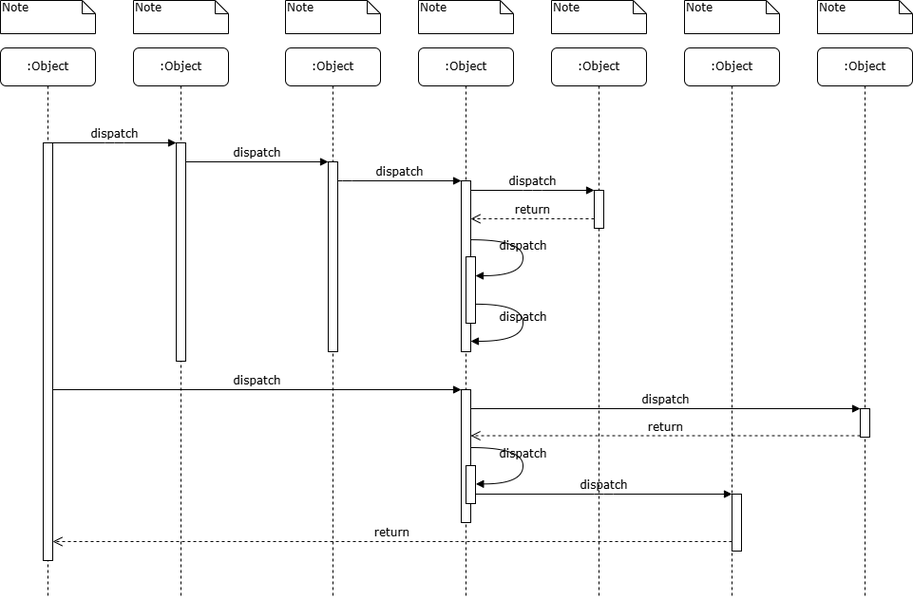
Earlier version of the draw.io export Untitled Diagram.drawio.png (AlVasilyeu/Draw.io). Source tidied: cells renumbered, new cells last; positions are measured from the earlier drawing's top-left corner, leaving out a move shared by most shapes.
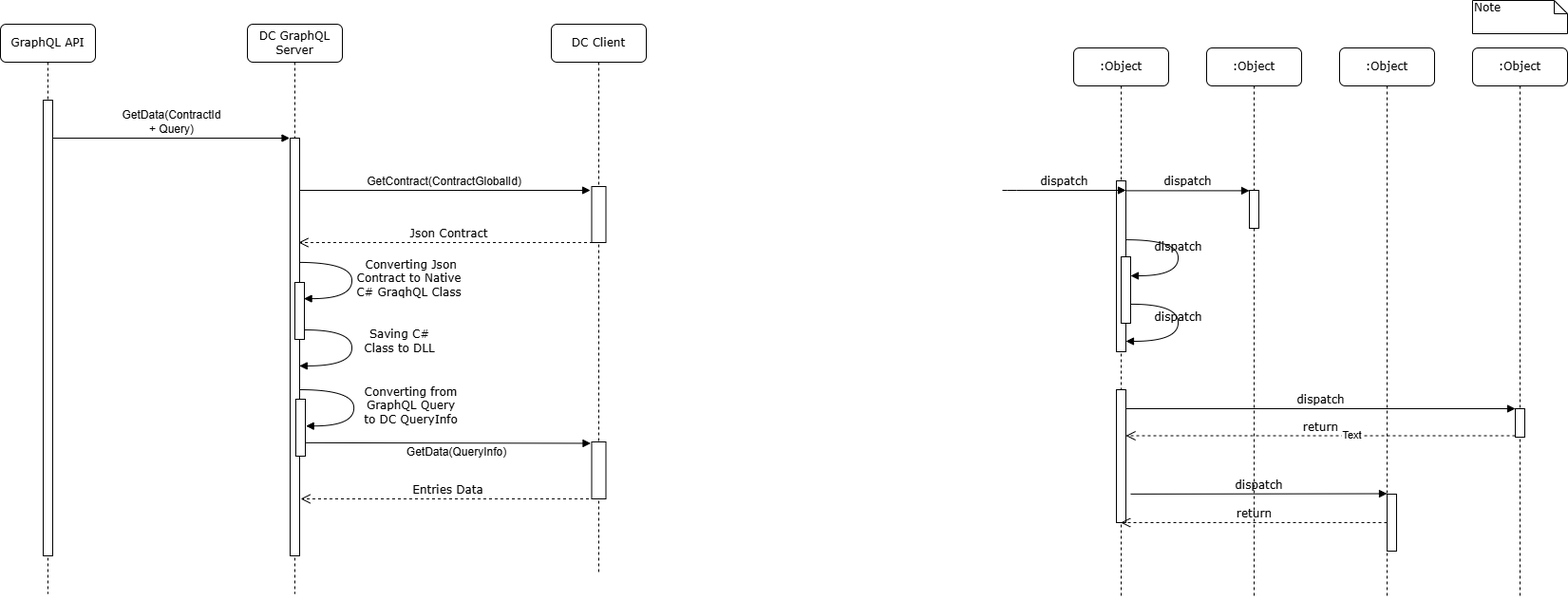
After the commit.

What changed in the source:
```diff
@@ -2,18 +2,14 @@
   <root>
     <mxCell id="0" />
     <mxCell id="1" parent="0" />
-    <mxCell id="2" value=":Object" style="shape=umlLifeline;perimeter=lifelinePerimeter;whiteSpace=wrap;html=1;rounded=1;shadow=0;comic=0;labelBackgroundColor=none;strokeWidth=1;fontFamily=Verdana;fontSize=12;align=center;" parent="1" vertex="1">
-      <mxGeometry x="140" y="50" width="100" height="580" as="geometry" />
-    </mxCell>
-    <mxCell id="3" style="html=1;points=[];perimeter=orthogonalPerimeter;rounded=0;shadow=0;comic=0;labelBackgroundColor=none;strokeWidth=1;fontFamily=Verdana;fontSize=12;align=center;" parent="2" vertex="1">
-      <mxGeometry x="45" y="100" width="10" height="230" as="geometry" />
-    </mxCell>
-    <mxCell id="4" value=":Object" style="shape=umlLifeline;perimeter=lifelinePerimeter;whiteSpace=wrap;html=1;outlineConnect=0;rounded=1;shadow=0;comic=0;labelBackgroundColor=none;strokeWidth=1;fontFamily=Verdana;fontSize=12;align=center;" parent="1" vertex="1">
-      <mxGeometry x="300" y="50" width="100" height="580" as="geometry" />
-    </mxCell>
-    <mxCell id="5" style="html=1;points=[];perimeter=orthogonalPerimeter;rounded=0;shadow=0;comic=0;labelBackgroundColor=none;strokeWidth=1;fontFamily=Verdana;fontSize=12;align=center;" parent="4" vertex="1">
-      <mxGeometry x="45" y="120" width="10" height="200" as="geometry" />
-    </mxCell>
+    <mxCell id="13" value="&lt;span style=&quot;font-family: Helvetica; text-wrap-mode: wrap;&quot;&gt;GetContract(ContractGlobalId)&lt;/span&gt;" style="html=1;verticalAlign=bottom;endArrow=block;labelBackgroundColor=none;fontFamily=Verdana;fontSize=12;edgeStyle=elbowEdgeStyle;elbow=vertical;entryX=-0.096;entryY=0.053;entryDx=0;entryDy=0;entryPerimeter=0;" parent="1" edge="1" target="11">
+      <mxGeometry relative="1" as="geometry">
+        <mxPoint x="-378" y="200" as="sourcePoint" />
+        <Array as="points">
+          <mxPoint x="-80" y="200" />
+        </Array>
+      </mxGeometry>
+    </mxCell>
     <mxCell id="6" value=":Object" style="shape=umlLifeline;perimeter=lifelinePerimeter;whiteSpace=wrap;html=1;outlineConnect=0;rounded=1;shadow=0;comic=0;labelBackgroundColor=none;strokeWidth=1;fontFamily=Verdana;fontSize=12;align=center;" parent="1" vertex="1">
       <mxGeometry x="440" y="50" width="100" height="580" as="geometry" />
     </mxCell>
@@ -26,42 +22,18 @@
     <mxCell id="9" value=":Object" style="shape=umlLifeline;perimeter=lifelinePerimeter;whiteSpace=wrap;html=1;rounded=1;shadow=0;comic=0;labelBackgroundColor=none;strokeWidth=1;fontFamily=Verdana;fontSize=12;align=center;" parent="1" vertex="1">
       <mxGeometry x="860" y="50" width="100" height="580" as="geometry" />
     </mxCell>
-    <mxCell id="10" value=":Object" style="shape=umlLifeline;perimeter=lifelinePerimeter;whiteSpace=wrap;html=1;rounded=1;shadow=0;comic=0;labelBackgroundColor=none;strokeWidth=1;fontFamily=Verdana;fontSize=12;align=center;" parent="1" vertex="1">
-      <mxGeometry y="50" width="100" height="580" as="geometry" />
-    </mxCell>
-    <mxCell id="11" style="html=1;points=[];perimeter=orthogonalPerimeter;rounded=0;shadow=0;comic=0;labelBackgroundColor=none;strokeWidth=1;fontFamily=Verdana;fontSize=12;align=center;" parent="10" vertex="1">
-      <mxGeometry x="45" y="100" width="10" height="440" as="geometry" />
-    </mxCell>
     <mxCell id="12" style="html=1;points=[];perimeter=orthogonalPerimeter;rounded=0;shadow=0;comic=0;labelBackgroundColor=none;strokeWidth=1;fontFamily=Verdana;fontSize=12;align=center;" parent="1" vertex="1">
       <mxGeometry x="485" y="190" width="10" height="180" as="geometry" />
     </mxCell>
-    <mxCell id="13" value="dispatch" style="html=1;verticalAlign=bottom;endArrow=block;labelBackgroundColor=none;fontFamily=Verdana;fontSize=12;edgeStyle=elbowEdgeStyle;elbow=vertical;" parent="1" edge="1" source="5" target="12">
-      <mxGeometry relative="1" as="geometry">
-        <Array as="points">
-          <mxPoint x="360" y="190" />
-        </Array>
-      </mxGeometry>
-    </mxCell>
     <mxCell id="14" style="html=1;points=[];perimeter=orthogonalPerimeter;rounded=0;shadow=0;comic=0;labelBackgroundColor=none;strokeWidth=1;fontFamily=Verdana;fontSize=12;align=center;" parent="1" vertex="1">
       <mxGeometry x="625" y="200" width="10" height="40" as="geometry" />
     </mxCell>
     <mxCell id="15" value="dispatch" style="html=1;verticalAlign=bottom;endArrow=block;entryX=0;entryY=0;labelBackgroundColor=none;fontFamily=Verdana;fontSize=12;edgeStyle=elbowEdgeStyle;elbow=vertical;" parent="1" edge="1" source="12" target="14">
       <mxGeometry relative="1" as="geometry" />
     </mxCell>
-    <mxCell id="16" value="return" style="html=1;verticalAlign=bottom;endArrow=open;dashed=1;endSize=8;labelBackgroundColor=none;fontFamily=Verdana;fontSize=12;edgeStyle=elbowEdgeStyle;elbow=vertical;" parent="1" edge="1" source="14" target="12">
-      <mxGeometry relative="1" as="geometry">
-        <Array as="points">
-          <mxPoint x="570" y="230" />
-          <mxPoint x="600" y="230" />
-        </Array>
-      </mxGeometry>
-    </mxCell>
     <mxCell id="17" style="html=1;points=[];perimeter=orthogonalPerimeter;rounded=0;shadow=0;comic=0;labelBackgroundColor=none;strokeWidth=1;fontFamily=Verdana;fontSize=12;align=center;" parent="1" vertex="1">
       <mxGeometry x="485" y="410" width="10" height="140" as="geometry" />
     </mxCell>
-    <mxCell id="18" value="dispatch" style="html=1;verticalAlign=bottom;endArrow=block;entryX=0;entryY=0;labelBackgroundColor=none;fontFamily=Verdana;fontSize=12;" parent="1" edge="1" source="11" target="17">
-      <mxGeometry relative="1" as="geometry" />
-    </mxCell>
     <mxCell id="19" style="html=1;points=[];perimeter=orthogonalPerimeter;rounded=0;shadow=0;comic=0;labelBackgroundColor=none;strokeColor=#000000;strokeWidth=1;fillColor=#FFFFFF;fontFamily=Verdana;fontSize=12;fontColor=#000000;align=center;" parent="1" vertex="1">
       <mxGeometry x="905" y="430" width="10" height="30" as="geometry" />
     </mxCell>
@@ -71,25 +43,24 @@
     <mxCell id="21" value="return" style="html=1;verticalAlign=bottom;endArrow=open;dashed=1;endSize=8;exitX=0;exitY=0.95;labelBackgroundColor=none;fontFamily=Verdana;fontSize=12;" parent="1" edge="1" source="19" target="17">
       <mxGeometry relative="1" as="geometry" />
     </mxCell>
+    <mxCell id="39" value="Text" style="edgeLabel;html=1;align=center;verticalAlign=middle;" parent="21" vertex="1">
+      <mxGeometry x="-0.16" y="-1" relative="1" as="geometry" />
+    </mxCell>
     <mxCell id="22" style="html=1;points=[];perimeter=orthogonalPerimeter;rounded=0;shadow=0;comic=0;labelBackgroundColor=none;strokeWidth=1;fontFamily=Verdana;fontSize=12;align=center;" parent="1" vertex="1">
       <mxGeometry x="770" y="520" width="10" height="60" as="geometry" />
     </mxCell>
-    <mxCell id="23" value="dispatch" style="html=1;verticalAlign=bottom;endArrow=block;entryX=0;entryY=0;labelBackgroundColor=none;fontFamily=Verdana;fontSize=12;edgeStyle=elbowEdgeStyle;elbow=vertical;" parent="1" edge="1" source="30" target="22">
-      <mxGeometry relative="1" as="geometry" />
+    <mxCell id="23" value="dispatch" style="html=1;verticalAlign=bottom;endArrow=block;entryX=0;entryY=0;labelBackgroundColor=none;fontFamily=Verdana;fontSize=12;edgeStyle=elbowEdgeStyle;elbow=vertical;" parent="1" edge="1" target="22">
+      <mxGeometry relative="1" as="geometry">
+        <mxPoint x="500" y="519.9" as="sourcePoint" />
+      </mxGeometry>
     </mxCell>
-    <mxCell id="24" value="return" style="html=1;verticalAlign=bottom;endArrow=open;dashed=1;endSize=8;labelBackgroundColor=none;fontFamily=Verdana;fontSize=12;edgeStyle=elbowEdgeStyle;elbow=vertical;" parent="1" edge="1" source="22" target="11">
+    <mxCell id="24" value="return" style="html=1;verticalAlign=bottom;endArrow=open;dashed=1;endSize=8;labelBackgroundColor=none;fontFamily=Verdana;fontSize=12;edgeStyle=elbowEdgeStyle;elbow=vertical;" parent="1" edge="1" source="22" target="6">
       <mxGeometry relative="1" as="geometry">
         <Array as="points">
           <mxPoint x="470" y="570" />
         </Array>
       </mxGeometry>
     </mxCell>
-    <mxCell id="25" value="dispatch" style="html=1;verticalAlign=bottom;endArrow=block;entryX=0;entryY=0;labelBackgroundColor=none;fontFamily=Verdana;fontSize=12;edgeStyle=elbowEdgeStyle;elbow=vertical;" parent="1" edge="1" source="11" target="3">
-      <mxGeometry relative="1" as="geometry" />
-    </mxCell>
-    <mxCell id="26" value="dispatch" style="html=1;verticalAlign=bottom;endArrow=block;entryX=0;entryY=0;labelBackgroundColor=none;fontFamily=Verdana;fontSize=12;edgeStyle=elbowEdgeStyle;elbow=vertical;" parent="1" edge="1" source="3" target="5">
-      <mxGeometry relative="1" as="geometry" />
-    </mxCell>
     <mxCell id="27" style="html=1;points=[];perimeter=orthogonalPerimeter;rounded=0;shadow=0;comic=0;labelBackgroundColor=none;strokeWidth=1;fontFamily=Verdana;fontSize=12;align=center;" parent="1" vertex="1">
       <mxGeometry x="490" y="270" width="10" height="70" as="geometry" />
     </mxCell>
@@ -110,39 +81,107 @@
         </Array>
       </mxGeometry>
     </mxCell>
-    <mxCell id="30" style="html=1;points=[];perimeter=orthogonalPerimeter;rounded=0;shadow=0;comic=0;labelBackgroundColor=none;strokeWidth=1;fontFamily=Verdana;fontSize=12;align=center;" parent="1" vertex="1">
-      <mxGeometry x="490" y="490" width="10" height="40" as="geometry" />
-    </mxCell>
-    <mxCell id="31" value="dispatch" style="html=1;verticalAlign=bottom;endArrow=block;labelBackgroundColor=none;fontFamily=Verdana;fontSize=12;elbow=vertical;edgeStyle=orthogonalEdgeStyle;curved=1;entryX=1;entryY=0.286;entryPerimeter=0;exitX=1.038;exitY=0.345;exitPerimeter=0;" parent="1" edge="1">
-      <mxGeometry relative="1" as="geometry">
-        <mxPoint x="495.3" y="471" as="sourcePoint" />
-        <mxPoint x="500.3" y="509.3" as="targetPoint" />
-        <Array as="points">
-          <mxPoint x="550" y="471" />
-          <mxPoint x="550" y="509" />
-        </Array>
-      </mxGeometry>
-    </mxCell>
-    <mxCell id="32" value="Note" style="shape=note;whiteSpace=wrap;html=1;size=14;verticalAlign=top;align=left;spacingTop=-6;rounded=0;shadow=0;comic=0;labelBackgroundColor=none;strokeWidth=1;fontFamily=Verdana;fontSize=12;" parent="1" vertex="1">
-      <mxGeometry width="100" height="35" as="geometry" />
-    </mxCell>
-    <mxCell id="33" value="Note" style="shape=note;whiteSpace=wrap;html=1;size=14;verticalAlign=top;align=left;spacingTop=-6;rounded=0;shadow=0;comic=0;labelBackgroundColor=none;strokeWidth=1;fontFamily=Verdana;fontSize=12;" parent="1" vertex="1">
-      <mxGeometry x="140" width="100" height="35" as="geometry" />
-    </mxCell>
-    <mxCell id="34" value="Note" style="shape=note;whiteSpace=wrap;html=1;size=14;verticalAlign=top;align=left;spacingTop=-6;rounded=0;shadow=0;comic=0;labelBackgroundColor=none;strokeWidth=1;fontFamily=Verdana;fontSize=12;" parent="1" vertex="1">
-      <mxGeometry x="300" width="100" height="35" as="geometry" />
-    </mxCell>
-    <mxCell id="35" value="Note" style="shape=note;whiteSpace=wrap;html=1;size=14;verticalAlign=top;align=left;spacingTop=-6;rounded=0;shadow=0;comic=0;labelBackgroundColor=none;strokeWidth=1;fontFamily=Verdana;fontSize=12;" parent="1" vertex="1">
-      <mxGeometry x="440" width="100" height="35" as="geometry" />
-    </mxCell>
-    <mxCell id="36" value="Note" style="shape=note;whiteSpace=wrap;html=1;size=14;verticalAlign=top;align=left;spacingTop=-6;rounded=0;shadow=0;comic=0;labelBackgroundColor=none;strokeWidth=1;fontFamily=Verdana;fontSize=12;" parent="1" vertex="1">
-      <mxGeometry x="580" width="100" height="35" as="geometry" />
-    </mxCell>
-    <mxCell id="37" value="Note" style="shape=note;whiteSpace=wrap;html=1;size=14;verticalAlign=top;align=left;spacingTop=-6;rounded=0;shadow=0;comic=0;labelBackgroundColor=none;strokeWidth=1;fontFamily=Verdana;fontSize=12;" parent="1" vertex="1">
-      <mxGeometry x="720" width="100" height="35" as="geometry" />
-    </mxCell>
     <mxCell id="38" value="Note" style="shape=note;whiteSpace=wrap;html=1;size=14;verticalAlign=top;align=left;spacingTop=-6;rounded=0;shadow=0;comic=0;labelBackgroundColor=none;strokeWidth=1;fontFamily=Verdana;fontSize=12;" parent="1" vertex="1">
       <mxGeometry x="860" width="100" height="35" as="geometry" />
     </mxCell>
+    <mxCell id="40" value="dispatch" style="html=1;verticalAlign=bottom;endArrow=block;labelBackgroundColor=none;fontFamily=Verdana;fontSize=12;edgeStyle=elbowEdgeStyle;elbow=vertical;" parent="1" edge="1">
+      <mxGeometry relative="1" as="geometry">
+        <mxPoint x="365" y="200" as="sourcePoint" />
+        <mxPoint x="495" y="200" as="targetPoint" />
+        <Array as="points">
+          <mxPoint x="370" y="200" />
+        </Array>
+      </mxGeometry>
+    </mxCell>
+    <mxCell id="2" value="DC GraphQL Server" style="shape=umlLifeline;perimeter=lifelinePerimeter;whiteSpace=wrap;html=1;rounded=1;shadow=0;comic=0;labelBackgroundColor=none;strokeWidth=1;fontFamily=Verdana;fontSize=12;align=center;" parent="1" vertex="1">
+      <mxGeometry x="-430" y="25" width="100" height="600" as="geometry" />
+    </mxCell>
+    <mxCell id="41" value="&amp;nbsp;Converting Json &lt;br&gt;Contract to Native &lt;br&gt;C# GraqhQL Class" style="html=1;verticalAlign=bottom;endArrow=block;labelBackgroundColor=none;fontFamily=Verdana;fontSize=12;elbow=vertical;edgeStyle=orthogonalEdgeStyle;curved=1;entryX=0.956;entryY=0.335;entryPerimeter=0;exitX=0.789;exitY=0.277;exitPerimeter=0;exitDx=0;exitDy=0;entryDx=0;entryDy=0;" parent="2" edge="1">
+      <mxGeometry x="0.31" y="60" relative="1" as="geometry">
+        <mxPoint x="52.9" y="250.9" as="sourcePoint" />
+        <mxPoint x="59.6" y="289.1" as="targetPoint" />
+        <Array as="points">
+          <mxPoint x="110" y="251" />
+          <mxPoint x="110" y="289" />
+        </Array>
+        <mxPoint x="60" y="-57" as="offset" />
+      </mxGeometry>
+    </mxCell>
+    <mxCell id="3" style="html=1;points=[];perimeter=orthogonalPerimeter;rounded=0;shadow=0;comic=0;labelBackgroundColor=none;strokeWidth=1;fontFamily=Verdana;fontSize=12;align=center;" parent="2" vertex="1">
+      <mxGeometry x="45" y="120" width="10" height="440" as="geometry" />
+    </mxCell>
+    <mxCell id="42" style="html=1;perimeter=orthogonalPerimeter;rounded=0;shadow=0;comic=0;labelBackgroundColor=none;strokeWidth=1;fontFamily=Verdana;fontSize=12;align=center;" parent="2" vertex="1">
+      <mxGeometry x="50" y="272" width="10" height="60" as="geometry" />
+    </mxCell>
+    <mxCell id="43" value="&lt;font face=&quot;Helvetica&quot;&gt;&lt;span style=&quot;text-wrap-mode: wrap;&quot;&gt;GetData(ContractId + Query)&lt;/span&gt;&lt;/font&gt;" style="html=1;verticalAlign=bottom;endArrow=block;labelBackgroundColor=none;fontFamily=Verdana;fontSize=12;edgeStyle=elbowEdgeStyle;elbow=vertical;entryX=-0.049;entryY=0.001;entryDx=0;entryDy=0;entryPerimeter=0;" parent="2" edge="1" source="4" target="3">
+      <mxGeometry x="0.02" relative="1" as="geometry">
+        <Array as="points">
+          <mxPoint x="-80" y="120" />
+        </Array>
+      </mxGeometry>
+    </mxCell>
+    <mxCell id="4" value="GraphQL API" style="shape=umlLifeline;perimeter=lifelinePerimeter;whiteSpace=wrap;html=1;outlineConnect=0;rounded=1;shadow=0;comic=0;labelBackgroundColor=none;strokeWidth=1;fontFamily=Verdana;fontSize=12;align=center;" parent="2" vertex="1">
+      <mxGeometry x="-260" width="100" height="600" as="geometry" />
+    </mxCell>
+    <mxCell id="5" style="html=1;points=[];perimeter=orthogonalPerimeter;rounded=0;shadow=0;comic=0;labelBackgroundColor=none;strokeWidth=1;fontFamily=Verdana;fontSize=12;align=center;" parent="4" vertex="1">
+      <mxGeometry x="45" y="80" width="10" height="480" as="geometry" />
+    </mxCell>
+    <mxCell id="44" style="html=1;points=[];perimeter=orthogonalPerimeter;rounded=0;shadow=0;comic=0;labelBackgroundColor=none;strokeWidth=1;fontFamily=Verdana;fontSize=12;align=center;" parent="2" vertex="1">
+      <mxGeometry x="51" y="395" width="10" height="60" as="geometry" />
+    </mxCell>
+    <mxCell id="10" value="DC Client" style="shape=umlLifeline;perimeter=lifelinePerimeter;whiteSpace=wrap;html=1;rounded=1;shadow=0;comic=0;labelBackgroundColor=none;strokeWidth=1;fontFamily=Verdana;fontSize=12;align=center;" parent="1" vertex="1">
+      <mxGeometry x="-110" y="25" width="100" height="580" as="geometry" />
+    </mxCell>
+    <mxCell id="11" style="html=1;points=[];perimeter=orthogonalPerimeter;rounded=0;shadow=0;comic=0;labelBackgroundColor=none;strokeWidth=1;fontFamily=Verdana;fontSize=12;align=center;" parent="10" vertex="1">
+      <mxGeometry x="42.5" y="171" width="15" height="59" as="geometry" />
+    </mxCell>
+    <mxCell id="45" style="html=1;points=[];perimeter=orthogonalPerimeter;rounded=0;shadow=0;comic=0;labelBackgroundColor=none;strokeWidth=1;fontFamily=Verdana;fontSize=12;align=center;" parent="10" vertex="1">
+      <mxGeometry x="42.5" y="440" width="15" height="60" as="geometry" />
+    </mxCell>
+    <mxCell id="16" value="Json Contract" style="html=1;verticalAlign=bottom;endArrow=open;dashed=1;endSize=8;labelBackgroundColor=none;fontFamily=Verdana;fontSize=12;edgeStyle=elbowEdgeStyle;elbow=vertical;" parent="1" edge="1">
+      <mxGeometry relative="1" as="geometry">
+        <mxPoint x="-60.5" y="255" as="sourcePoint" />
+        <mxPoint x="-376" y="255" as="targetPoint" />
+        <Array as="points">
+          <mxPoint x="-320" y="255" />
+          <mxPoint x="-235" y="255" />
+          <mxPoint x="-205" y="255" />
+        </Array>
+      </mxGeometry>
+    </mxCell>
+    <mxCell id="46" value="Saving C# &lt;br&gt;Class to DLL" style="html=1;verticalAlign=bottom;endArrow=block;labelBackgroundColor=none;fontFamily=Verdana;fontSize=12;elbow=vertical;edgeStyle=orthogonalEdgeStyle;curved=1;exitX=0.789;exitY=0.277;exitPerimeter=0;exitDx=0;exitDy=0;entryX=0.981;entryY=0.815;entryDx=0;entryDy=0;entryPerimeter=0;" parent="1" edge="1">
+      <mxGeometry x="0.11" y="50" relative="1" as="geometry">
+        <mxPoint x="-370" y="347" as="sourcePoint" />
+        <mxPoint x="-375.2" y="384.9" as="targetPoint" />
+        <Array as="points">
+          <mxPoint x="-320" y="347" />
+          <mxPoint x="-320" y="385" />
+        </Array>
+      </mxGeometry>
+    </mxCell>
+    <mxCell id="47" value="Converting from &lt;br&gt;GraphQL Query &lt;br&gt;to DC QueryInfo" style="html=1;verticalAlign=bottom;endArrow=block;labelBackgroundColor=none;fontFamily=Verdana;fontSize=12;elbow=vertical;edgeStyle=orthogonalEdgeStyle;curved=1;entryX=0.956;entryY=0.335;entryPerimeter=0;exitX=0.789;exitY=0.277;exitPerimeter=0;exitDx=0;exitDy=0;entryDx=0;entryDy=0;" parent="1" edge="1">
+      <mxGeometry x="0.31" y="60" relative="1" as="geometry">
+        <mxPoint x="-375" y="410" as="sourcePoint" />
+        <mxPoint x="-368.3" y="448.2" as="targetPoint" />
+        <Array as="points">
+          <mxPoint x="-317.9" y="410.1" />
+          <mxPoint x="-317.9" y="448.1" />
+        </Array>
+        <mxPoint x="60" y="-57" as="offset" />
+      </mxGeometry>
+    </mxCell>
+    <mxCell id="48" value="&lt;span style=&quot;font-family: Helvetica; text-wrap-mode: wrap;&quot;&gt;GetData(QueryInfo)&lt;/span&gt;" style="html=1;verticalAlign=bottom;endArrow=block;labelBackgroundColor=none;fontFamily=Verdana;fontSize=12;edgeStyle=elbowEdgeStyle;elbow=vertical;entryX=-0.067;entryY=0.024;entryDx=0;entryDy=0;entryPerimeter=0;exitX=1.05;exitY=0.765;exitDx=0;exitDy=0;exitPerimeter=0;" parent="1" edge="1" source="44" target="45">
+      <mxGeometry x="0.06" y="-19" relative="1" as="geometry" />
+    </mxCell>
+    <mxCell id="49" value="Entries Data" style="html=1;verticalAlign=bottom;endArrow=open;dashed=1;endSize=8;labelBackgroundColor=none;fontFamily=Verdana;fontSize=12;edgeStyle=elbowEdgeStyle;elbow=vertical;entryX=1.11;entryY=0.864;entryDx=0;entryDy=0;entryPerimeter=0;" parent="1" edge="1" target="3">
+      <mxGeometry relative="1" as="geometry">
+        <mxPoint x="-64.5" y="525" as="sourcePoint" />
+        <Array as="points">
+          <mxPoint x="-324" y="525" />
+          <mxPoint x="-239" y="525" />
+          <mxPoint x="-209" y="525" />
+        </Array>
+      </mxGeometry>
+    </mxCell>
   </root>
 </mxGraphModel>
```
